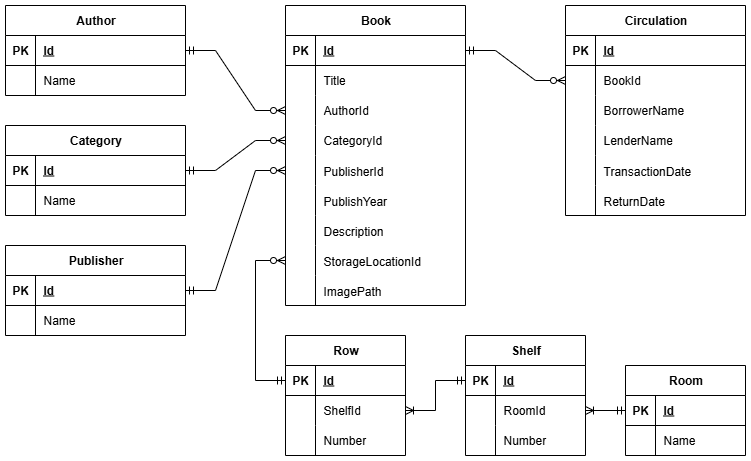
Earlier version of the draw.io export PersonalLibraryManagement/Documents/ERD_Personal_Library_Management.png (imxuanmanh/PersonalLibraryManagement). Source tidied: cells renumbered, new cells last; positions are measured from the earlier drawing's top-left corner, leaving out a move shared by most shapes.
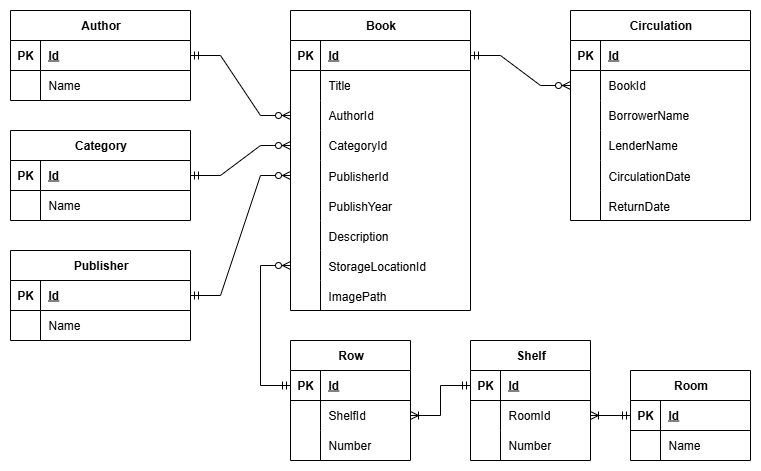
Above is the later version.

What changed in the source:
```diff
@@ -211,7 +211,7 @@
     <mxCell id="69" style="shape=partialRectangle;fillColor=none;top=0;left=0;bottom=0;right=0;overflow=hidden;" parent="68" vertex="1">
       <mxGeometry width="30" height="30" as="geometry" />
     </mxCell>
-    <mxCell id="70" value="TransactionDate" style="shape=partialRectangle;fillColor=none;top=0;left=0;bottom=0;right=0;align=left;spacingLeft=6;overflow=hidden;" parent="68" vertex="1">
+    <mxCell id="70" value="CirculationDate" style="shape=partialRectangle;fillColor=none;top=0;left=0;bottom=0;right=0;align=left;spacingLeft=6;overflow=hidden;" parent="68" vertex="1">
       <mxGeometry x="30" width="150" height="30" as="geometry" />
     </mxCell>
     <mxCell id="71" style="shape=tableRow;horizontal=0;startSize=0;swimlaneHead=0;swimlaneBody=0;fillColor=none;top=0;left=0;right=0;bottom=0;" parent="55" vertex="1">
```
